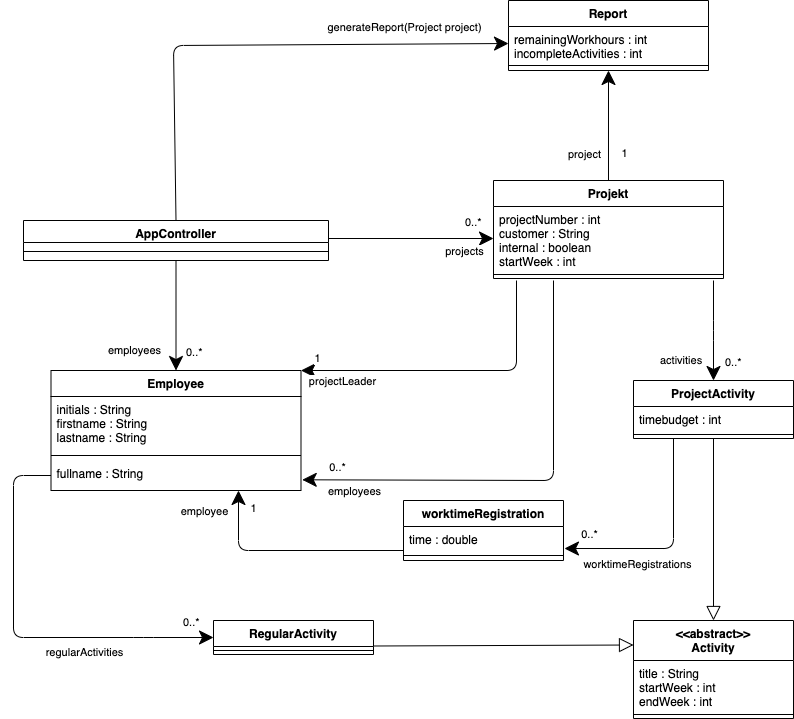
This is RequirementsAndDesign/Diagrams/Klassediagram_eng.png from rwiuff/02161ExamProject, a draw.io export, as it was before one commit. Source tidied: cells renumbered, new cells last; positions are measured from the earlier drawing's top-left corner, leaving out a move shared by most shapes.
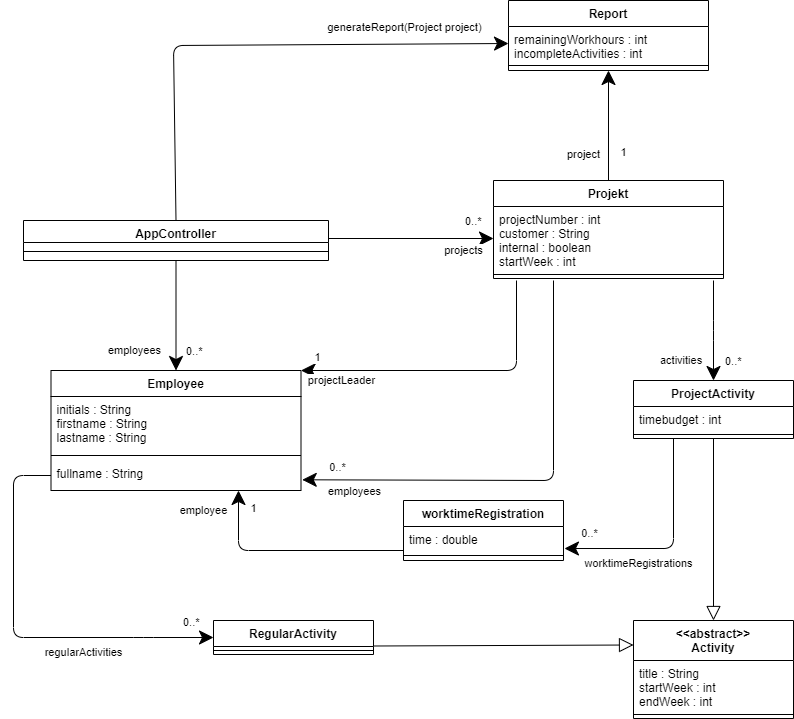
Later version of the same file.

The edit, as a diff of the source:
```diff
@@ -80,7 +80,7 @@
         </Array>
       </mxGeometry>
     </mxCell>
-    <mxCell id="24" value="regularActivities" style="edgeLabel;html=1;align=center;verticalAlign=middle;" parent="23" vertex="1">
+    <mxCell id="24" value="regularActivities" style="edgeLabel;html=1;align=center;verticalAlign=middle;perimeter=none;" parent="23" vertex="1">
       <mxGeometry x="-0.34" y="1" relative="1" as="geometry">
         <mxPoint x="69" y="83" as="offset" />
       </mxGeometry>
@@ -88,12 +88,12 @@
     <mxCell id="25" style="endArrow=classic;endFill=1;html=1;edgeStyle=orthogonalEdgeStyle;align=left;verticalAlign=top;entryX=0.5;entryY=0;entryDx=0;entryDy=0;exitX=0.5;exitY=1;exitDx=0;exitDy=0;startArrow=none;startFill=0;startSize=12;endSize=12;" parent="1" edge="1" source="2" target="19">
       <mxGeometry x="-1" relative="1" as="geometry" />
     </mxCell>
-    <mxCell id="26" value="0..*" style="edgeLabel;html=1;align=left;verticalAlign=bottom;" parent="25" vertex="1">
+    <mxCell id="26" value="0..*" style="edgeLabel;html=1;align=left;verticalAlign=bottom;perimeter=none;" parent="25" vertex="1">
       <mxGeometry x="-1" relative="1" as="geometry">
         <mxPoint x="8" y="100" as="offset" />
       </mxGeometry>
     </mxCell>
-    <mxCell id="27" value="employees" style="edgeLabel;html=1;align=center;verticalAlign=middle;" parent="25" vertex="1">
+    <mxCell id="27" value="employees" style="edgeLabel;html=1;align=center;verticalAlign=middle;perimeter=none;" parent="25" vertex="1">
       <mxGeometry x="-0.25" y="-1" relative="1" as="geometry">
         <mxPoint x="-41" y="48" as="offset" />
       </mxGeometry>
@@ -104,17 +104,17 @@
         <mxPoint x="480" y="238" as="targetPoint" />
       </mxGeometry>
     </mxCell>
-    <mxCell id="29" value="0..*" style="edgeLabel;html=1;align=left;verticalAlign=bottom;" parent="28" vertex="1">
+    <mxCell id="29" value="0..*" style="edgeLabel;html=1;align=left;verticalAlign=bottom;perimeter=none;" parent="28" vertex="1">
       <mxGeometry x="-1" relative="1" as="geometry">
         <mxPoint x="135" y="-8" as="offset" />
       </mxGeometry>
     </mxCell>
-    <mxCell id="30" value="projects" style="edgeLabel;html=1;align=center;verticalAlign=middle;" parent="28" vertex="1">
+    <mxCell id="30" value="projects" style="edgeLabel;html=1;align=center;verticalAlign=middle;perimeter=none;" parent="28" vertex="1">
       <mxGeometry x="0.17" y="-1" relative="1" as="geometry">
         <mxPoint x="38" y="11" as="offset" />
       </mxGeometry>
     </mxCell>
-    <mxCell id="31" value="0..*" style="edgeLabel;html=1;align=left;verticalAlign=bottom;" parent="1" vertex="1">
+    <mxCell id="31" value="0..*" style="edgeLabel;html=1;align=left;verticalAlign=bottom;perimeter=none;" parent="1" vertex="1">
       <mxGeometry x="710" y="370" as="geometry" />
     </mxCell>
     <mxCell id="32" style="endArrow=none;html=1;startSize=12;endSize=12;exitX=1.005;exitY=0.643;exitDx=0;exitDy=0;startArrow=classic;startFill=1;endFill=0;exitPerimeter=0;" parent="1" edge="1" source="22">
@@ -125,12 +125,12 @@
         </Array>
       </mxGeometry>
     </mxCell>
-    <mxCell id="33" value="employees" style="edgeLabel;html=1;align=center;verticalAlign=middle;" parent="32" vertex="1">
+    <mxCell id="33" value="employees" style="edgeLabel;html=1;align=center;verticalAlign=middle;perimeter=none;" parent="32" vertex="1">
       <mxGeometry x="-0.55" y="1" relative="1" as="geometry">
         <mxPoint x="-51" y="12" as="offset" />
       </mxGeometry>
     </mxCell>
-    <mxCell id="34" value="0..*" style="edgeLabel;html=1;align=center;verticalAlign=middle;" parent="32" vertex="1">
+    <mxCell id="34" value="0..*" style="edgeLabel;html=1;align=center;verticalAlign=middle;perimeter=none;" parent="32" vertex="1">
       <mxGeometry x="-0.39" relative="1" as="geometry">
         <mxPoint x="-102" y="-13" as="offset" />
       </mxGeometry>
@@ -143,12 +143,12 @@
         </Array>
       </mxGeometry>
     </mxCell>
-    <mxCell id="36" value="projectLeader" style="edgeLabel;html=1;align=center;verticalAlign=middle;" parent="35" vertex="1">
+    <mxCell id="36" value="projectLeader" style="edgeLabel;html=1;align=center;verticalAlign=middle;perimeter=none;" parent="35" vertex="1">
       <mxGeometry x="-0.55" y="1" relative="1" as="geometry">
         <mxPoint x="-29" y="11" as="offset" />
       </mxGeometry>
     </mxCell>
-    <mxCell id="37" value="1" style="edgeLabel;html=1;align=center;verticalAlign=middle;" parent="35" vertex="1">
+    <mxCell id="37" value="1" style="edgeLabel;html=1;align=center;verticalAlign=middle;perimeter=none;" parent="35" vertex="1">
       <mxGeometry x="-0.39" relative="1" as="geometry">
         <mxPoint x="-77" y="-13" as="offset" />
       </mxGeometry>
@@ -160,7 +160,7 @@
         </Array>
       </mxGeometry>
     </mxCell>
-    <mxCell id="39" value="generateReport(Project project)" style="edgeLabel;html=1;align=center;verticalAlign=middle;" parent="38" vertex="1">
+    <mxCell id="39" value="generateReport(Project project)" style="edgeLabel;html=1;align=center;verticalAlign=middle;perimeter=none;" parent="38" vertex="1">
       <mxGeometry x="0.63" y="2" relative="1" as="geometry">
         <mxPoint x="-10" y="-15" as="offset" />
       </mxGeometry>
@@ -168,12 +168,12 @@
     <mxCell id="40" style="endArrow=classic;html=1;startSize=12;endSize=12;entryX=0.5;entryY=1;entryDx=0;entryDy=0;exitX=0.5;exitY=0;exitDx=0;exitDy=0;startArrow=none;startFill=0;endFill=1;" parent="1" edge="1" source="7" target="4">
       <mxGeometry relative="1" as="geometry" />
     </mxCell>
-    <mxCell id="41" value="project" style="edgeLabel;html=1;align=center;verticalAlign=middle;" parent="40" vertex="1">
+    <mxCell id="41" value="project" style="edgeLabel;html=1;align=center;verticalAlign=middle;perimeter=none;" parent="40" vertex="1">
       <mxGeometry x="-0.3" y="-1" relative="1" as="geometry">
         <mxPoint x="-26" y="12" as="offset" />
       </mxGeometry>
     </mxCell>
-    <mxCell id="42" value="1" style="edgeLabel;html=1;align=center;verticalAlign=middle;" parent="40" vertex="1">
+    <mxCell id="42" value="1" style="edgeLabel;html=1;align=center;verticalAlign=middle;perimeter=none;" parent="40" vertex="1">
       <mxGeometry x="-0.2" y="2" relative="1" as="geometry">
         <mxPoint x="17" y="16" as="offset" />
       </mxGeometry>
@@ -199,7 +199,7 @@
         <mxPoint x="16" y="15" as="offset" />
       </mxGeometry>
     </mxCell>
-    <mxCell id="48" value="0..*" style="edgeLabel;html=1;align=center;verticalAlign=middle;" parent="46" vertex="1">
+    <mxCell id="48" value="0..*" style="edgeLabel;html=1;align=center;verticalAlign=middle;perimeter=none;" parent="46" vertex="1">
       <mxGeometry x="-0.57" y="3" relative="1" as="geometry">
         <mxPoint x="-23" y="-12" as="offset" />
       </mxGeometry>
@@ -212,7 +212,7 @@
         </Array>
       </mxGeometry>
     </mxCell>
-    <mxCell id="50" value="employee" style="edgeLabel;html=1;align=center;verticalAlign=middle;" parent="49" vertex="1">
+    <mxCell id="50" value="employee" style="edgeLabel;html=1;align=center;verticalAlign=middle;perimeter=none;" parent="49" vertex="1">
       <mxGeometry x="-0.63" y="-2" relative="1" as="geometry">
         <mxPoint x="-33" y="-22" as="offset" />
       </mxGeometry>
```
